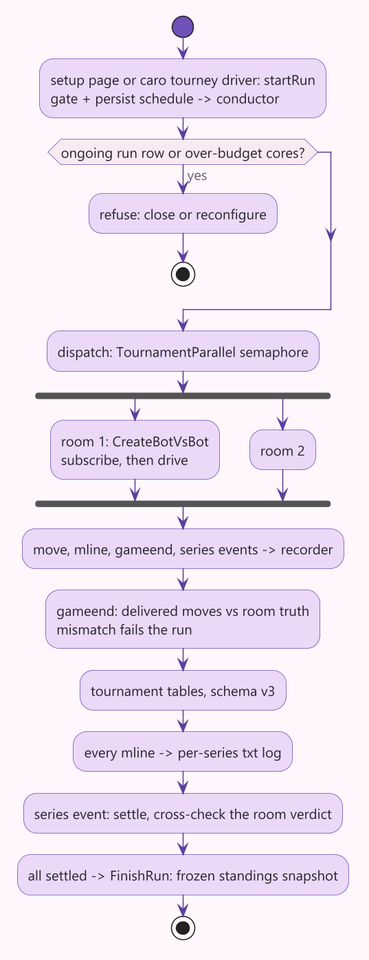
The PlantUML diagram docs/diagrams/tournament-conductor.png in lavantien/caro-ai-pvp, before a commit.
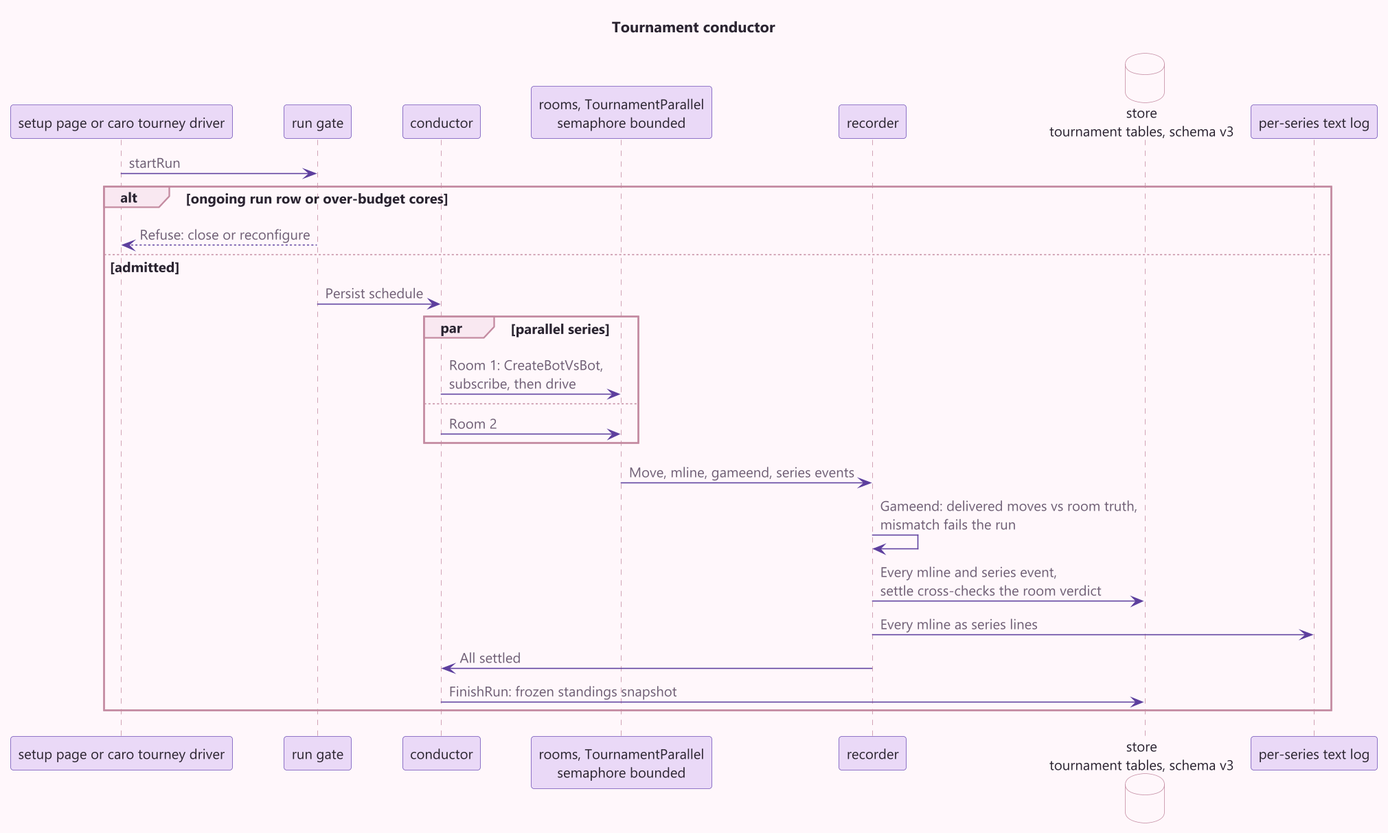
After the commit.

Diff of the diagram source:
```diff
@@ -1,22 +1,30 @@
 @startuml tournament-conductor
 !include common.iuml
-start
-:setup page or caro tourney driver: startRun\ngate + persist schedule -> conductor;
-if (ongoing run row or over-budget cores?) then (yes)
-  :refuse: close or reconfigure;
-  stop
-endif
-:dispatch: TournamentParallel semaphore;
-fork
-  :room 1: CreateBotVsBot\nsubscribe, then drive;
-fork again
-  :room 2;
-end fork
-:move, mline, gameend, series events -> recorder;
-:gameend: delivered moves vs room truth\nmismatch fails the run;
-:tournament tables, schema v3;
-:every mline -> per-series txt log;
-:series event: settle, cross-check the room verdict;
-:all settled -> FinishRun: frozen standings snapshot;
-stop
+title Tournament conductor
+
+participant "setup page or caro tourney driver" as setup
+participant "run gate" as gate
+participant "conductor" as conductor
+participant "rooms, TournamentParallel\nsemaphore bounded" as rooms
+participant "recorder" as recorder
+database "store\ntournament tables, schema v3" as store
+participant "per-series text log" as log
+
+setup -> gate : startRun
+alt ongoing run row or over-budget cores
+  gate --> setup : Refuse: close or reconfigure
+else admitted
+  gate -> conductor : Persist schedule
+  par parallel series
+    conductor -> rooms : Room 1: CreateBotVsBot,\nsubscribe, then drive
+  else
+    conductor -> rooms : Room 2
+  end
+  rooms -> recorder : Move, mline, gameend, series events
+  recorder -> recorder : Gameend: delivered moves vs room truth,\nmismatch fails the run
+  recorder -> store : Every mline and series event,\nsettle cross-checks the room verdict
+  recorder -> log : Every mline as series lines
+  recorder -> conductor : All settled
+  conductor -> store : FinishRun: frozen standings snapshot
+end
 @enduml
```
